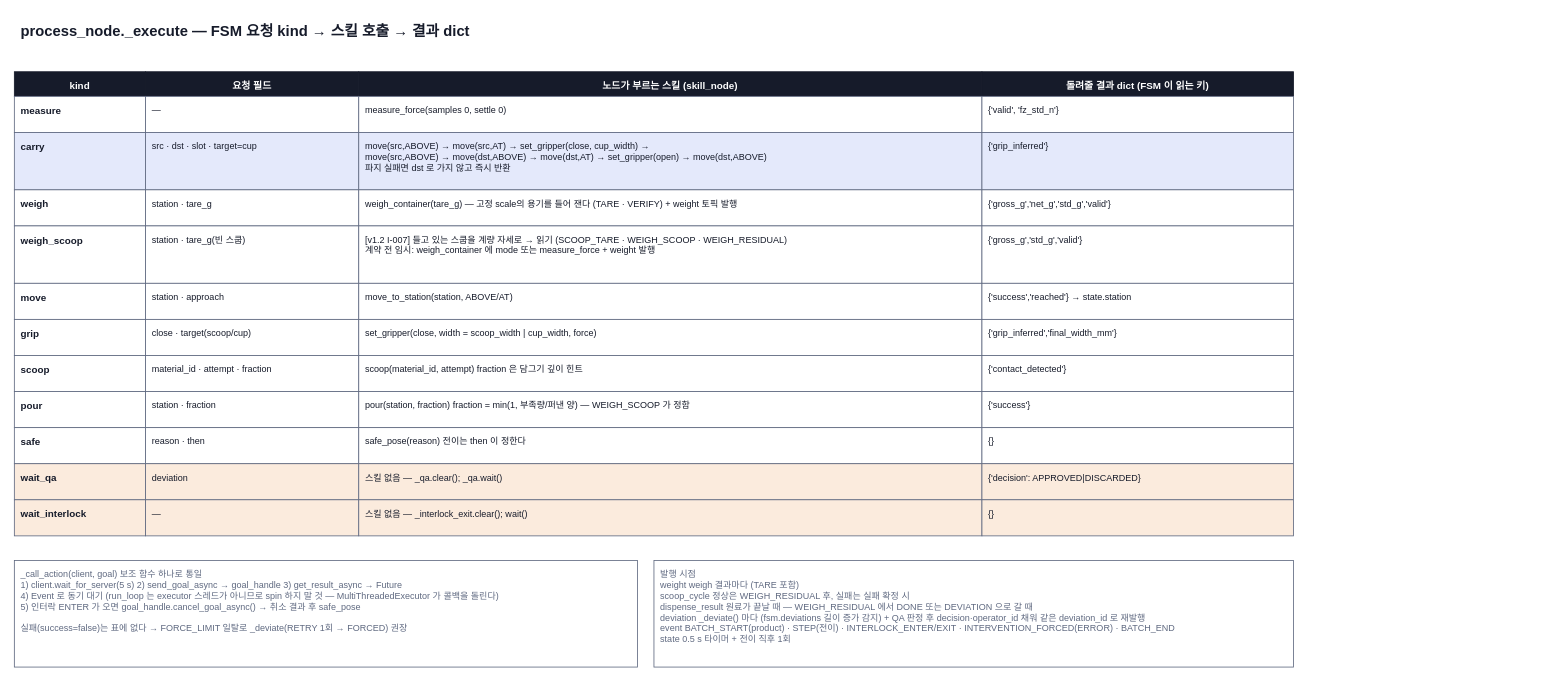
This is page "3 요청↔스킬 번역 (_execute)" (3 of 4) of docs/diagrams/process_flow.drawio from Jik-Kim/auto-pharmacist, a draw.io file, before an edit. Source tidied: cells renumbered, new cells numbered last; positions are measured from the earlier drawing's top-left corner, leaving out a move shared by most shapes. Both pictures are drawn from the tidied source at 82%, with x=0, y=0 at pixel (14, 14).
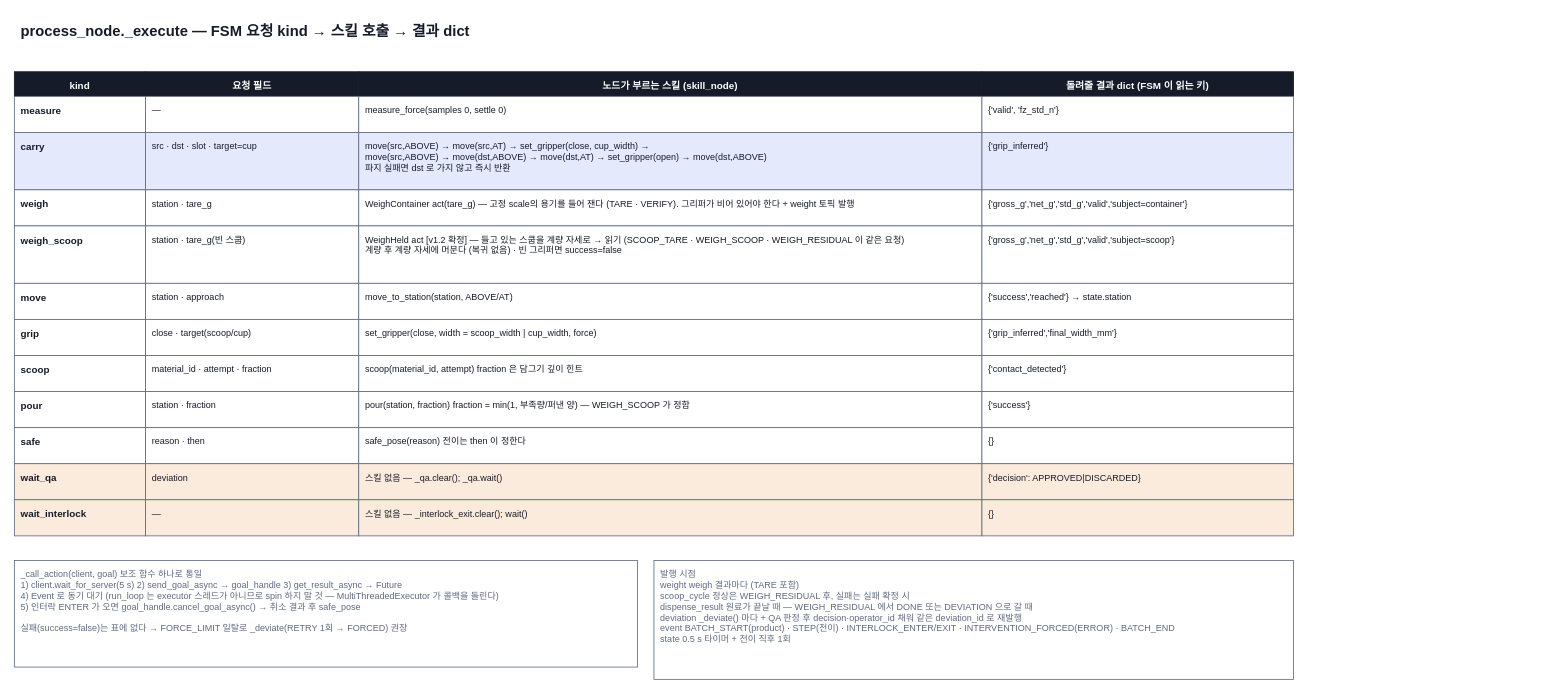
The same diagram, later.

Commit message (it also covers changes not shown here):
docs: 플로우차트에 계약 v1.2 반영 (WeighHeld · VERIFY 이중 판정 · scoop_N)

Diff of the diagram source:
```diff
@@
-    <mxCell id="17" value="weigh_container(tare_g) — 고정 scale의 용기를 들어 잰다 (TARE · VERIFY) + weight 토픽 발행" style="rounded=0;whiteSpace=wrap;html=1;fillColor=#FFFFFF;strokeColor=#5F6980;fontColor=#161B2A;fontSize=11;align=left;verticalAlign=top;spacingTop=4;spacingLeft=6;spacingRight=6;" parent="1" vertex="1">
+    <mxCell id="17" value="WeighContainer act(tare_g) — 고정 scale의 용기를 들어 잰다 (TARE · VERIFY). 그리퍼가 비어 있어야 한다 + weight 토픽 발행" style="rounded=0;whiteSpace=wrap;html=1;fillColor=#FFFFFF;strokeColor=#5F6980;fontColor=#161B2A;fontSize=11;align=left;verticalAlign=top;spacingTop=4;spacingLeft=6;spacingRight=6;" parent="1" vertex="1">
       <mxGeometry x="420" y="214" width="760" height="44" as="geometry" />
     </mxCell>
-    <mxCell id="18" value="{'gross_g','net_g','std_g','valid'}" style="rounded=0;whiteSpace=wrap;html=1;fillColor=#FFFFFF;strokeColor=#5F6980;fontColor=#161B2A;fontSize=11;align=left;verticalAlign=top;spacingTop=4;spacingLeft=6;spacingRight=6;" parent="1" vertex="1">
+    <mxCell id="18" value="{'gross_g','net_g','std_g','valid','subject=container'}" style="rounded=0;whiteSpace=wrap;html=1;fillColor=#FFFFFF;strokeColor=#5F6980;fontColor=#161B2A;fontSize=11;align=left;verticalAlign=top;spacingTop=4;spacingLeft=6;spacingRight=6;" parent="1" vertex="1">
       <mxGeometry x="1180" y="214" width="380" height="44" as="geometry" />
     </mxCell>
@@
-    <mxCell id="21" value="[v1.2 I-007] 들고 있는 스쿱을 계량 자세로 → 읽기 (SCOOP_TARE · WEIGH_SCOOP · WEIGH_RESIDUAL)&lt;br&gt;계약 전 임시: weigh_container 에 mode 또는 measure_force  + weight 발행" style="rounded=0;whiteSpace=wrap;html=1;fillColor=#FFFFFF;strokeColor=#5F6980;fontColor=#161B2A;fontSize=11;align=left;verticalAlign=top;spacingTop=4;spacingLeft=6;spacingRight=6;" parent="1" vertex="1">
+    <mxCell id="21" value="WeighHeld act [v1.2 확정] — 들고 있는 스쿱을 계량 자세로 → 읽기 (SCOOP_TARE · WEIGH_SCOOP · WEIGH_RESIDUAL 이 같은 요청)&lt;br&gt;계량 후 계량 자세에 머문다 (복귀 없음) · 빈 그리퍼면 success=false" style="rounded=0;whiteSpace=wrap;html=1;fillColor=#FFFFFF;strokeColor=#5F6980;fontColor=#161B2A;fontSize=11;align=left;verticalAlign=top;spacingTop=4;spacingLeft=6;spacingRight=6;" parent="1" vertex="1">
       <mxGeometry x="420" y="258" width="760" height="70" as="geometry" />
     </mxCell>
-    <mxCell id="22" value="{'gross_g','std_g','valid'}" style="rounded=0;whiteSpace=wrap;html=1;fillColor=#FFFFFF;strokeColor=#5F6980;fontColor=#161B2A;fontSize=11;align=left;verticalAlign=top;spacingTop=4;spacingLeft=6;spacingRight=6;" parent="1" vertex="1">
+    <mxCell id="22" value="{'gross_g','net_g','std_g','valid','subject=scoop'}" style="rounded=0;whiteSpace=wrap;html=1;fillColor=#FFFFFF;strokeColor=#5F6980;fontColor=#161B2A;fontSize=11;align=left;verticalAlign=top;spacingTop=4;spacingLeft=6;spacingRight=6;" parent="1" vertex="1">
       <mxGeometry x="1180" y="258" width="380" height="70" as="geometry" />
     </mxCell>
@@
-    <mxCell id="52" value="발행 시점&lt;br&gt;  weight            weigh 결과마다 (TARE 포함)&lt;br&gt;  scoop_cycle       정상은 WEIGH_RESIDUAL 후, 실패는 실패 확정 시&lt;br&gt;  dispense_result   원료가 끝날 때 — WEIGH_RESIDUAL 에서 DONE 또는 DEVIATION 으로 갈 때&lt;br&gt;  deviation         _deviate() 마다 (fsm.deviations 길이 증가 감지) + QA 판정 후 decision·operator_id 채워 같은 deviation_id 로 재발행&lt;br&gt;  event             BATCH_START(product) · STEP(전이) · INTERLOCK_ENTER/EXIT · INTERVENTION_FORCED(ERROR) · BATCH_END&lt;br&gt;  state             0.5 s 타이머 + 전이 직후 1회" style="rounded=0;whiteSpace=wrap;html=1;fillColor=#FFFFFF;strokeColor=#5F6980;fontColor=#5F6980;fontSize=11;align=left;verticalAlign=top;spacingTop=4;spacingLeft=6;spacingRight=6;" parent="1" vertex="1">
-      <mxGeometry x="780" y="666" width="780" height="130" as="geometry" />
+    <mxCell id="52" value="발행 시점&lt;br&gt;  weight            weigh 결과마다 (TARE 포함)&lt;br&gt;  scoop_cycle       정상은 WEIGH_RESIDUAL 후, 실패는 실패 확정 시&lt;br&gt;  dispense_result   원료가 끝날 때 — WEIGH_RESIDUAL 에서 DONE 또는 DEVIATION 으로 갈 때&lt;br&gt;  deviation         _deviate() 마다 + QA 판정 후 decision·operator_id 채워 같은 deviation_id 로 재발행&lt;br&gt;  event             BATCH_START(product) · STEP(전이) · INTERLOCK_ENTER/EXIT · INTERVENTION_FORCED(ERROR) · BATCH_END&lt;br&gt;  state             0.5 s 타이머 + 전이 직후 1회" style="rounded=0;whiteSpace=wrap;html=1;fillColor=#FFFFFF;strokeColor=#5F6980;fontColor=#5F6980;fontSize=11;align=left;verticalAlign=top;spacingTop=4;spacingLeft=6;spacingRight=6;" parent="1" vertex="1">
+      <mxGeometry x="780" y="666" width="780" height="145" as="geometry" />
     </mxCell>
```
